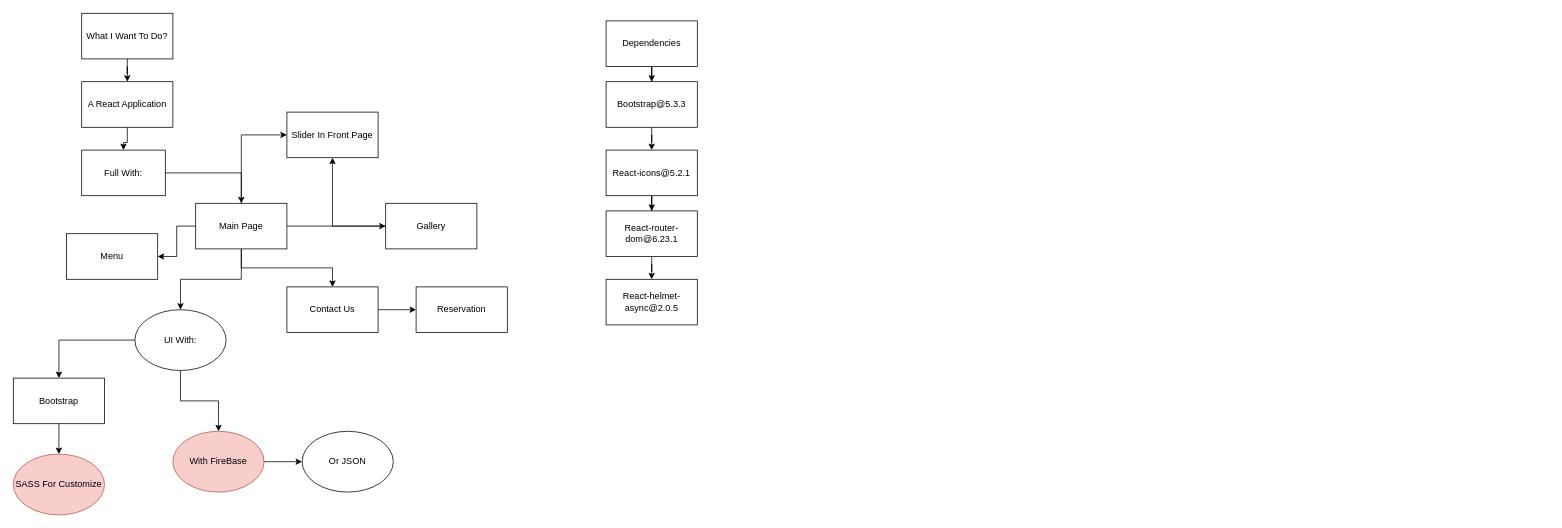
Before: Menu.drawio in monfaredpersonal/Development, a draw.io diagram. Source tidied: cells renumbered, new cells numbered last; positions are measured from the earlier drawing's top-left corner, leaving out a move shared by most shapes. Both pictures are drawn from the tidied source at 76%, with x=0, y=0 at pixel (13, 13).
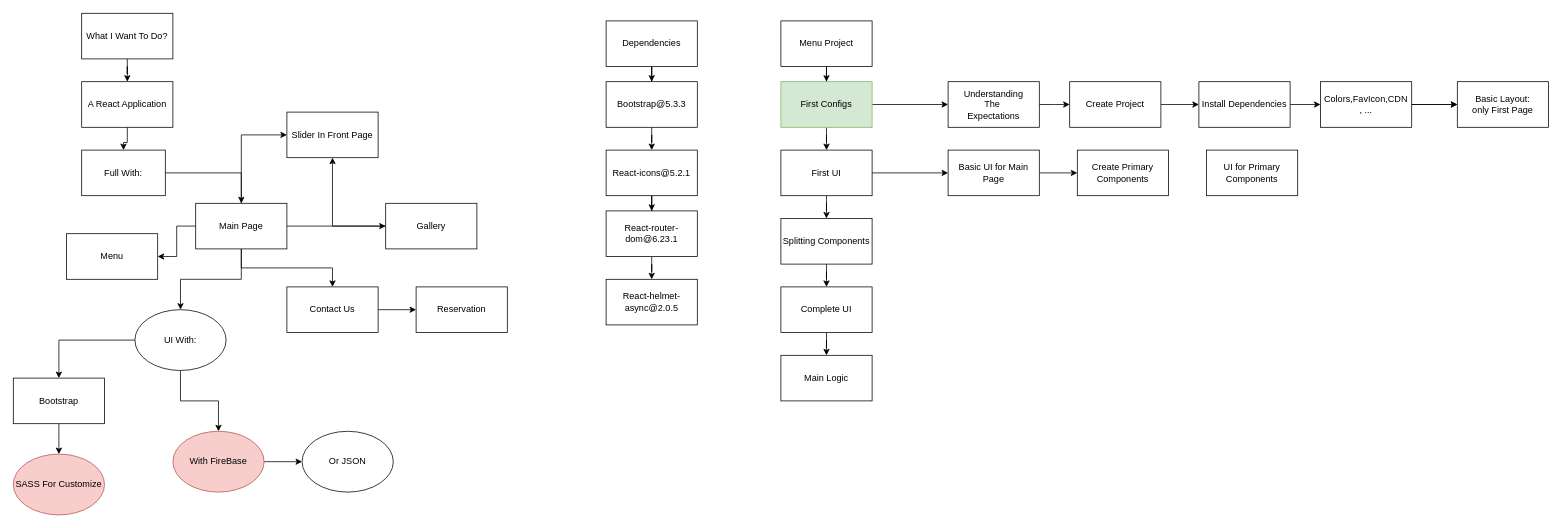
After the change.

The edit, as a diff of the source:
```diff
@@
+    <mxCell id="39" style="edgeStyle=orthogonalEdgeStyle;rounded=0;jettySize=auto;html=1;" parent="1" edge="1" source="40" target="43">
+      <mxGeometry relative="1" as="geometry" />
+    </mxCell>
+    <mxCell id="40" value="Menu Project" style="rounded=0;whiteSpace=wrap;html=1;" parent="1" vertex="1">
+      <mxGeometry x="1010" y="10" width="120" height="60" as="geometry" />
+    </mxCell>
+    <mxCell id="41" style="edgeStyle=orthogonalEdgeStyle;rounded=0;jettySize=auto;html=1;" parent="1" edge="1" source="43" target="46">
+      <mxGeometry relative="1" as="geometry" />
+    </mxCell>
+    <mxCell id="42" style="edgeStyle=orthogonalEdgeStyle;rounded=0;jettySize=auto;html=1;" parent="1" edge="1" source="43" target="53">
+      <mxGeometry relative="1" as="geometry" />
+    </mxCell>
+    <mxCell id="43" value="First Configs" style="rounded=0;whiteSpace=wrap;html=1;fillColor=#d5e8d4;strokeColor=#82b366;" parent="1" vertex="1">
+      <mxGeometry x="1010" y="90" width="120" height="60" as="geometry" />
+    </mxCell>
+    <mxCell id="44" style="edgeStyle=orthogonalEdgeStyle;rounded=0;jettySize=auto;html=1;" parent="1" edge="1" source="46" target="48">
+      <mxGeometry relative="1" as="geometry" />
+    </mxCell>
+    <mxCell id="45" style="edgeStyle=orthogonalEdgeStyle;rounded=0;jettySize=auto;html=1;" parent="1" edge="1" source="46" target="61">
+      <mxGeometry relative="1" as="geometry" />
+    </mxCell>
+    <mxCell id="46" value="First UI" style="rounded=0;whiteSpace=wrap;html=1;" parent="1" vertex="1">
+      <mxGeometry x="1010" y="180" width="120" height="60" as="geometry" />
+    </mxCell>
+    <mxCell id="47" style="edgeStyle=orthogonalEdgeStyle;rounded=0;jettySize=auto;html=1;" parent="1" edge="1" source="48" target="50">
+      <mxGeometry relative="1" as="geometry" />
+    </mxCell>
+    <mxCell id="48" value="Splitting Components" style="rounded=0;whiteSpace=wrap;html=1;" parent="1" vertex="1">
+      <mxGeometry x="1010" y="270" width="120" height="60" as="geometry" />
+    </mxCell>
+    <mxCell id="49" style="edgeStyle=orthogonalEdgeStyle;rounded=0;jettySize=auto;html=1;" parent="1" edge="1" source="50" target="51">
+      <mxGeometry relative="1" as="geometry" />
+    </mxCell>
+    <mxCell id="50" value="Complete UI" style="rounded=0;whiteSpace=wrap;html=1;" parent="1" vertex="1">
+      <mxGeometry x="1010" y="360" width="120" height="60" as="geometry" />
+    </mxCell>
+    <mxCell id="51" value="Main Logic" style="rounded=0;whiteSpace=wrap;html=1;" parent="1" vertex="1">
+      <mxGeometry x="1010" y="450" width="120" height="60" as="geometry" />
+    </mxCell>
+    <mxCell id="52" style="edgeStyle=orthogonalEdgeStyle;rounded=0;jettySize=auto;html=1;" parent="1" edge="1" source="53">
+      <mxGeometry relative="1" as="geometry">
+        <mxPoint x="1390" y="120" as="targetPoint" />
+      </mxGeometry>
+    </mxCell>
+    <mxCell id="53" value="Understanding&lt;div&gt;The&amp;nbsp;&lt;/div&gt;&lt;div&gt;Expectations&lt;/div&gt;" style="rounded=0;whiteSpace=wrap;html=1;" parent="1" vertex="1">
+      <mxGeometry x="1230" y="90" width="120" height="60" as="geometry" />
+    </mxCell>
+    <mxCell id="54" value="UI for Primary Components" style="rounded=0;whiteSpace=wrap;html=1;" parent="1" vertex="1">
+      <mxGeometry x="1570" y="180" width="120" height="60" as="geometry" />
+    </mxCell>
+    <mxCell id="55" value="Basic Layout:&lt;div&gt;only First Page&lt;/div&gt;" style="rounded=0;whiteSpace=wrap;html=1;" parent="1" vertex="1">
+      <mxGeometry x="1900" y="90" width="120" height="60" as="geometry" />
+    </mxCell>
+    <mxCell id="56" value="Create Primary Components" style="rounded=0;whiteSpace=wrap;html=1;" parent="1" vertex="1">
+      <mxGeometry x="1400" y="180" width="120" height="60" as="geometry" />
+    </mxCell>
+    <mxCell id="57" style="edgeStyle=orthogonalEdgeStyle;rounded=0;jettySize=auto;html=1;" parent="1" edge="1" source="59" target="55">
+      <mxGeometry relative="1" as="geometry" />
+    </mxCell>
+    <mxCell id="58" style="edgeStyle=orthogonalEdgeStyle;rounded=0;jettySize=auto;html=1;" parent="1" edge="1" source="59" target="55">
+      <mxGeometry relative="1" as="geometry" />
+    </mxCell>
+    <mxCell id="59" value="Colors,FavIcon,CDN&lt;div&gt;, ...&lt;/div&gt;" style="rounded=0;whiteSpace=wrap;html=1;" parent="1" vertex="1">
+      <mxGeometry x="1720" y="90" width="120" height="60" as="geometry" />
+    </mxCell>
+    <mxCell id="60" style="edgeStyle=orthogonalEdgeStyle;rounded=0;jettySize=auto;html=1;entryX=0;entryY=0.5;entryDx=0;entryDy=0;" parent="1" edge="1" source="61" target="56">
+      <mxGeometry relative="1" as="geometry" />
+    </mxCell>
+    <mxCell id="61" value="Basic UI for Main Page" style="rounded=0;whiteSpace=wrap;html=1;" parent="1" vertex="1">
+      <mxGeometry x="1230" y="180" width="120" height="60" as="geometry" />
+    </mxCell>
+    <mxCell id="62" style="edgeStyle=orthogonalEdgeStyle;rounded=0;jettySize=auto;html=1;entryX=0;entryY=0.5;entryDx=0;entryDy=0;" parent="1" edge="1" source="63" target="59">
+      <mxGeometry relative="1" as="geometry" />
+    </mxCell>
+    <mxCell id="63" value="Install Dependencies" style="rounded=0;whiteSpace=wrap;html=1;" parent="1" vertex="1">
+      <mxGeometry x="1560" y="90" width="120" height="60" as="geometry" />
+    </mxCell>
+    <mxCell id="64" style="edgeStyle=orthogonalEdgeStyle;rounded=0;jettySize=auto;html=1;" parent="1" edge="1" source="65" target="63">
+      <mxGeometry relative="1" as="geometry" />
+    </mxCell>
+    <mxCell id="65" value="Create Project" style="rounded=0;whiteSpace=wrap;html=1;" parent="1" vertex="1">
+      <mxGeometry x="1390" y="90" width="120" height="60" as="geometry" />
+    </mxCell>
```
